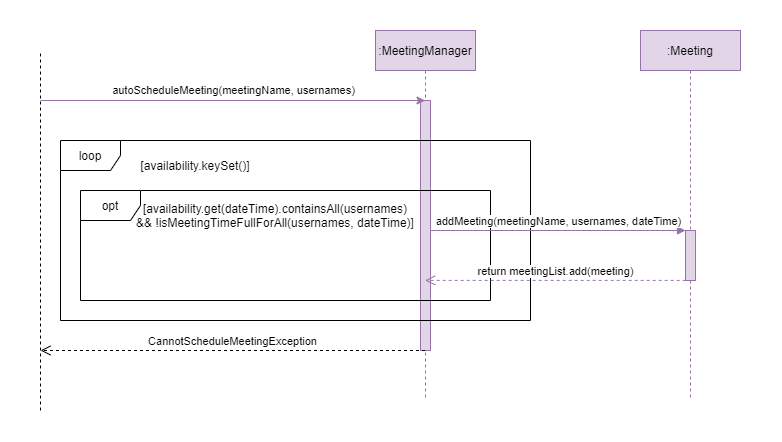
This is docs/developerGuideDiagrams/autoScheduleSequenceDiagram.png from theeugenechong/tp, a draw.io export, as it was before one commit. Source tidied: cells renumbered, new cells last; positions are measured from the earlier drawing's top-left corner, leaving out a move shared by most shapes.
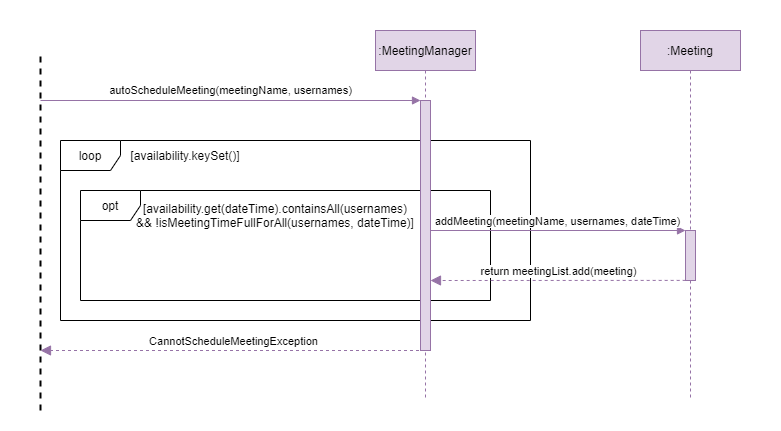
Above is the later version.

Commit message:
Made cosmetic changes to sequence diagram so that they are all standardized

Diff of the diagram source:
```diff
@@ -3,31 +3,32 @@
     <mxCell id="0" />
     <mxCell id="1" parent="0" />
     <mxCell id="2" style="rounded=0;whiteSpace=wrap;html=1;strokeColor=none;" parent="1" vertex="1">
-      <mxGeometry width="780" height="440" as="geometry" />
+      <mxGeometry width="780" height="430" as="geometry" />
     </mxCell>
+    <mxCell id="8" value="opt" style="shape=umlFrame;whiteSpace=wrap;html=1;" parent="1" vertex="1">
+      <mxGeometry x="80" y="190" width="410" height="110" as="geometry" />
+    </mxCell>
+    <mxCell id="7" value="loop" style="shape=umlFrame;whiteSpace=wrap;html=1;" parent="1" vertex="1">
+      <mxGeometry x="60" y="140" width="470" height="180" as="geometry" />
+    </mxCell>
     <mxCell id="3" value=":MeetingManager" style="shape=umlLifeline;perimeter=lifelinePerimeter;rounded=0;shadow=0;strokeWidth=1;fillColor=#e1d5e7;strokeColor=#9673a6;" parent="1" vertex="1">
       <mxGeometry x="375" y="30" width="100" height="370" as="geometry" />
     </mxCell>
     <mxCell id="4" style="points=[];perimeter=orthogonalPerimeter;rounded=0;shadow=0;strokeWidth=1;fillColor=#e1d5e7;strokeColor=#9673a6;" parent="3" vertex="1">
       <mxGeometry x="45" y="70" width="10" height="250" as="geometry" />
     </mxCell>
-    <mxCell id="5" style="endArrow=none;dashed=1;html=1;rounded=0;" parent="1" edge="1">
+    <mxCell id="5" style="endArrow=none;dashed=1;html=1;rounded=0;strokeWidth=2;" parent="1" edge="1">
       <mxGeometry relative="1" as="geometry">
         <mxPoint x="40" y="410" as="sourcePoint" />
         <mxPoint x="40" y="50" as="targetPoint" />
       </mxGeometry>
     </mxCell>
-    <mxCell id="6" value="autoScheduleMeeting(meetingName, usernames)" style="endArrow=classic;html=1;rounded=0;fillColor=#e1d5e7;strokeColor=#9673a6;" parent="1" edge="1" target="3">
+    <mxCell id="6" value="autoScheduleMeeting(meetingName, usernames)" style="endArrow=block;html=1;rounded=0;fillColor=#e1d5e7;strokeColor=#9673a6;endFill=1;" parent="1" edge="1">
       <mxGeometry y="10" relative="1" as="geometry">
         <mxPoint x="40" y="100" as="sourcePoint" />
+        <mxPoint x="420" y="100" as="targetPoint" />
       </mxGeometry>
     </mxCell>
-    <mxCell id="7" value="loop" style="shape=umlFrame;whiteSpace=wrap;html=1;" parent="1" vertex="1">
-      <mxGeometry x="60" y="140" width="470" height="180" as="geometry" />
-    </mxCell>
-    <mxCell id="8" value="opt" style="shape=umlFrame;whiteSpace=wrap;html=1;" parent="1" vertex="1">
-      <mxGeometry x="80" y="190" width="410" height="110" as="geometry" />
-    </mxCell>
     <mxCell id="9" value="[availability.get(dateTime).containsAll(usernames)&lt;br&gt;&amp;amp;&amp;amp; !isMeetingTimeFullForAll(usernames, dateTime)]" style="text;html=1;strokeColor=none;fillColor=none;align=center;verticalAlign=middle;whiteSpace=wrap;rounded=0;" parent="1" vertex="1">
       <mxGeometry x="120" y="200" width="310" height="30" as="geometry" />
     </mxCell>
@@ -40,16 +41,18 @@
     <mxCell id="12" value="addMeeting(meetingName, usernames, dateTime)" style="html=1;verticalAlign=bottom;endArrow=block;entryX=0;entryY=0;rounded=0;fillColor=#e1d5e7;strokeColor=#9673a6;" parent="1" edge="1" source="4" target="11">
       <mxGeometry relative="1" as="geometry" />
     </mxCell>
-    <mxCell id="13" value="return meetingList.add(meeting)" style="html=1;verticalAlign=bottom;endArrow=open;dashed=1;endSize=8;exitX=0.017;exitY=0.998;rounded=0;exitDx=0;exitDy=0;exitPerimeter=0;fillColor=#e1d5e7;strokeColor=#9673a6;" parent="1" edge="1" source="11" target="3">
-      <mxGeometry relative="1" as="geometry" />
+    <mxCell id="13" value="return meetingList.add(meeting)" style="html=1;verticalAlign=bottom;endArrow=block;dashed=1;endSize=8;exitX=0.017;exitY=0.998;rounded=0;exitDx=0;exitDy=0;exitPerimeter=0;fillColor=#e1d5e7;strokeColor=#9673a6;endFill=1;" parent="1" edge="1" source="11">
+      <mxGeometry relative="1" as="geometry">
+        <mxPoint x="430" y="280" as="targetPoint" />
+      </mxGeometry>
     </mxCell>
-    <mxCell id="14" value="CannotScheduleMeetingException" style="html=1;verticalAlign=bottom;endArrow=open;dashed=1;endSize=8;rounded=0;" parent="1" edge="1" source="3">
+    <mxCell id="14" value="CannotScheduleMeetingException" style="html=1;verticalAlign=bottom;endArrow=block;dashed=1;endSize=8;rounded=0;endFill=1;fillColor=#e1d5e7;strokeColor=#9673a6;" parent="1" edge="1" source="3">
       <mxGeometry relative="1" as="geometry">
         <mxPoint x="40" y="350" as="targetPoint" />
       </mxGeometry>
     </mxCell>
     <mxCell id="15" value="[availability.keySet()]" style="text;html=1;strokeColor=none;fillColor=none;align=center;verticalAlign=middle;whiteSpace=wrap;rounded=0;" parent="1" vertex="1">
-      <mxGeometry x="120" y="150" width="150" height="30" as="geometry" />
+      <mxGeometry x="110" y="140" width="150" height="30" as="geometry" />
     </mxCell>
   </root>
 </mxGraphModel>
```
